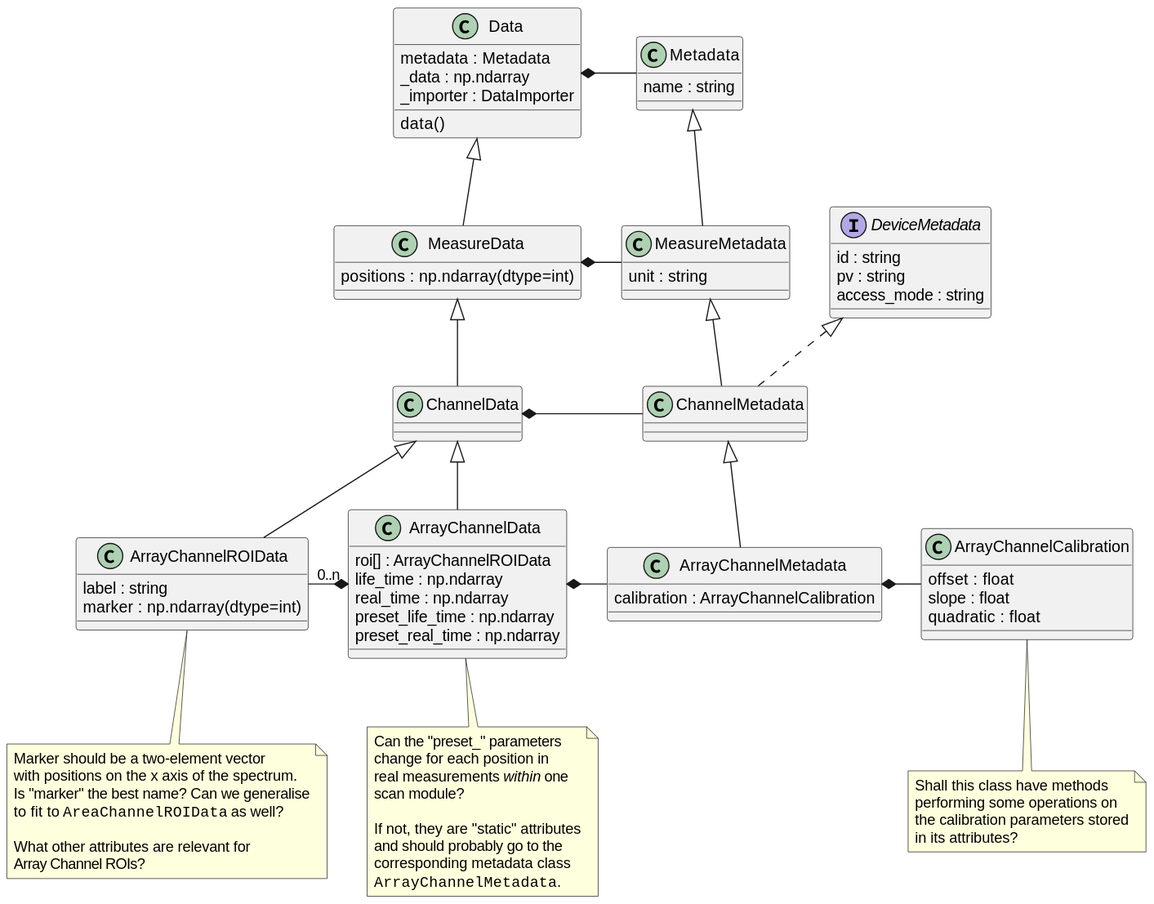
Before: docs/uml/arraychannel.svg, a diagram exported from PlantUML (tillbiskup/evedata). Its diagram source:
```plantuml
@startuml

class Data {
    metadata : Metadata
    _data : np.ndarray
    _importer : DataImporter
    data()
}

Data *- Metadata

class MeasureData extends Data {
    {field} positions : np.ndarray(dtype=int)
}

MeasureData *- MeasureMetadata

class ChannelData extends MeasureData

ChannelData *- ChannelMetadata

class ArrayChannelData extends ChannelData {
    roi[] : ArrayChannelROIData
    life_time : np.ndarray
    real_time : np.ndarray
    preset_life_time : np.ndarray
    preset_real_time : np.ndarray
}
note bottom of ArrayChannelData
    Can the "preset_" parameters
    change for each position in
    real measurements <i>within</i> one
    scan module?

    If not, they are "static" attributes
    and should probably go to the
    corresponding metadata class
    ""ArrayChannelMetadata"".
end note

ArrayChannelData *- ArrayChannelMetadata

ArrayChannelROIData "0..n" -* ArrayChannelData

class ArrayChannelROIData extends ChannelData{
    {field} label : string
    {field} marker : np.ndarray(dtype=int)
}
note bottom of ArrayChannelROIData
    Marker should be a two-element vector
    with positions on the x axis of the spectrum.
    Is "marker" the best name? Can we generalise
    to fit to ""AreaChannelROIData"" as well?

    What other attributes are relevant for
    Array Channel ROIs?
end note


class Metadata {
    name : string
}

class MeasureMetadata extends Metadata {
    unit : string
}

interface DeviceMetadata {
    id : string
    pv : string
    access_mode : string
}

class ChannelMetadata extends MeasureMetadata implements DeviceMetadata

class ArrayChannelMetadata extends ChannelMetadata {
    calibration : ArrayChannelCalibration
}

ArrayChannelMetadata *- ArrayChannelCalibration

class ArrayChannelCalibration {
    offset : float
    slope : float
    quadratic : float
}
note bottom of ArrayChannelCalibration
    Shall this class have methods
    performing some operations on
    the calibration parameters stored
    in its attributes?
end note
@enduml
```
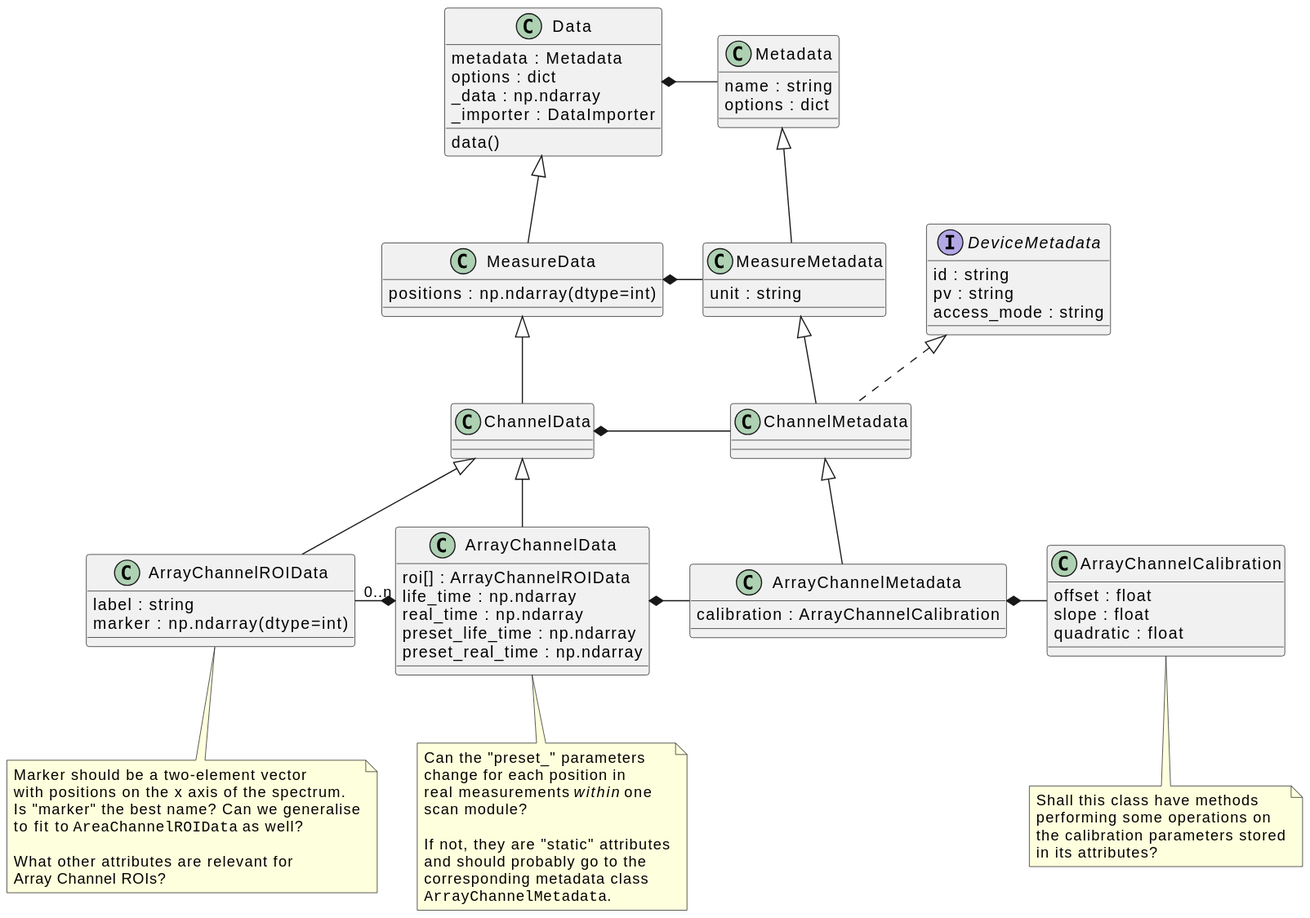
After the commit.

Commit message:
Add options as dict to data model

The edit, as a diff of the source:
```diff
@@ -2,6 +2,7 @@
 
 class Data {
     metadata : Metadata
+    options : dict
     _data : np.ndarray
     _importer : DataImporter
     data()
@@ -59,6 +60,7 @@
 
 class Metadata {
     name : string
+    options : dict
 }
 
 class MeasureMetadata extends Metadata {
```
